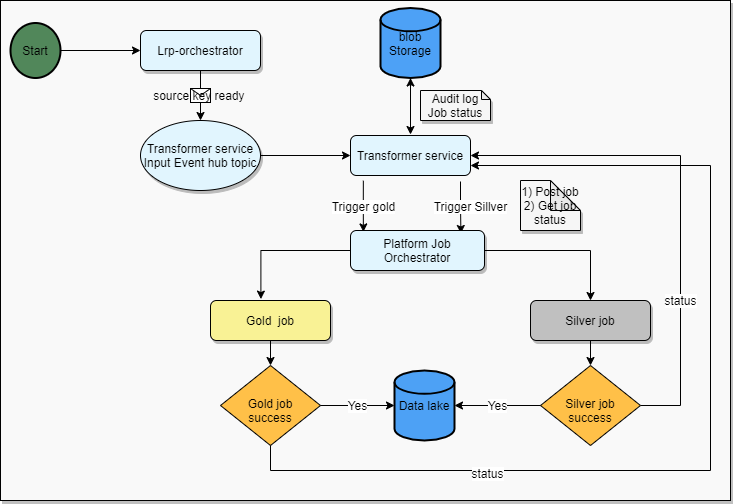
mdfarooqii/arisketl keeps this draw.io diagram as src/main/resources/workflow.png. Above is the earlier version. Source tidied: cells renumbered, new cells last; positions are measured from the earlier drawing's top-left corner, leaving out a move shared by most shapes.
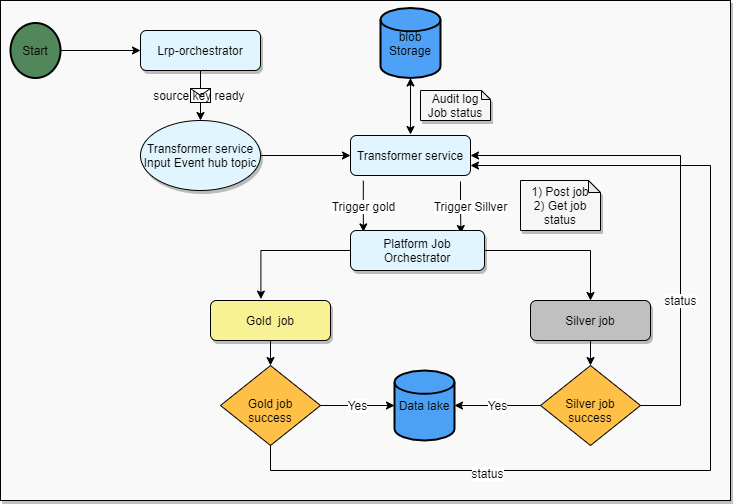
Above is the later version.

The edit, as a diff of the source:
```diff
@@ -51,8 +51,8 @@
     <mxCell id="16" value="Trigger gold" style="edgeStyle=orthogonalEdgeStyle;rounded=0;jettySize=auto;html=1;exitX=0.107;exitY=1.13;exitDx=0;exitDy=0;exitPerimeter=0;entryX=0.096;entryY=0.035;entryDx=0;entryDy=0;entryPerimeter=0;fontSize=12;" parent="3" edge="1" source="13" target="15">
       <mxGeometry relative="1" as="geometry" />
     </mxCell>
-    <mxCell id="17" value="1) Post job&lt;br style=&quot;font-size: 12px;&quot;&gt;2) Get job status" style="shape=note;whiteSpace=wrap;html=1;backgroundOutline=1;darkOpacity=0.05;shadow=1;fillColor=#F6F6F6;fontSize=12;" parent="3" vertex="1">
-      <mxGeometry x="510" y="172.5" width="60" height="50" as="geometry" />
+    <mxCell id="17" value="1) Post job&lt;br style=&quot;font-size: 12px;&quot;&gt;2) Get job status" style="shape=note;whiteSpace=wrap;html=1;backgroundOutline=1;darkOpacity=0.05;shadow=1;fillColor=#F6F6F6;fontSize=12;size=12;" parent="3" vertex="1">
+      <mxGeometry x="510" y="172.5" width="80" height="50" as="geometry" />
     </mxCell>
     <mxCell id="18" value="status" style="edgeStyle=orthogonalEdgeStyle;rounded=0;jettySize=auto;html=1;entryX=1;entryY=0.5;entryDx=0;entryDy=0;exitX=1;exitY=0.5;exitDx=0;exitDy=0;fontSize=12;" parent="3" edge="1" source="19" target="13">
       <mxGeometry x="-0.42" relative="1" as="geometry">
```
